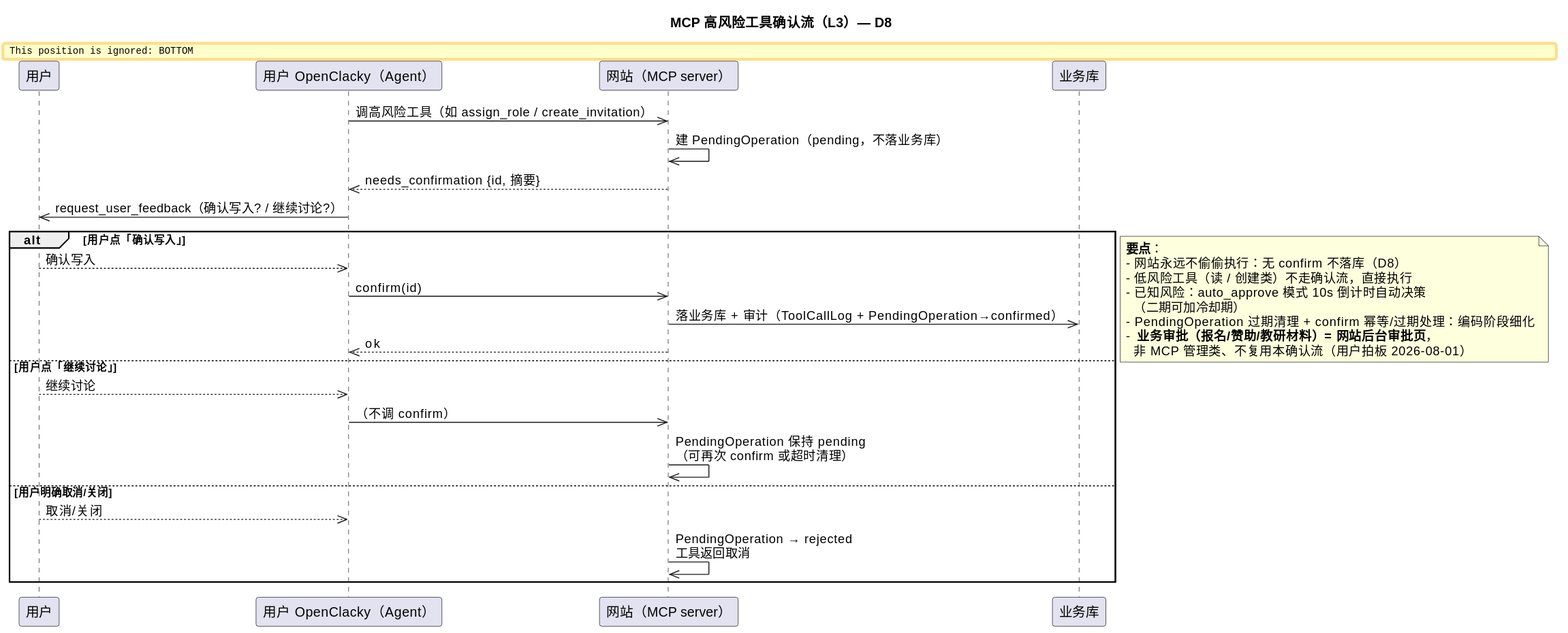
This is docs/diagrams/confirm-flow.svg from CodingGirlsClub/cgc_2046, a PlantUML export, as it was before one commit.
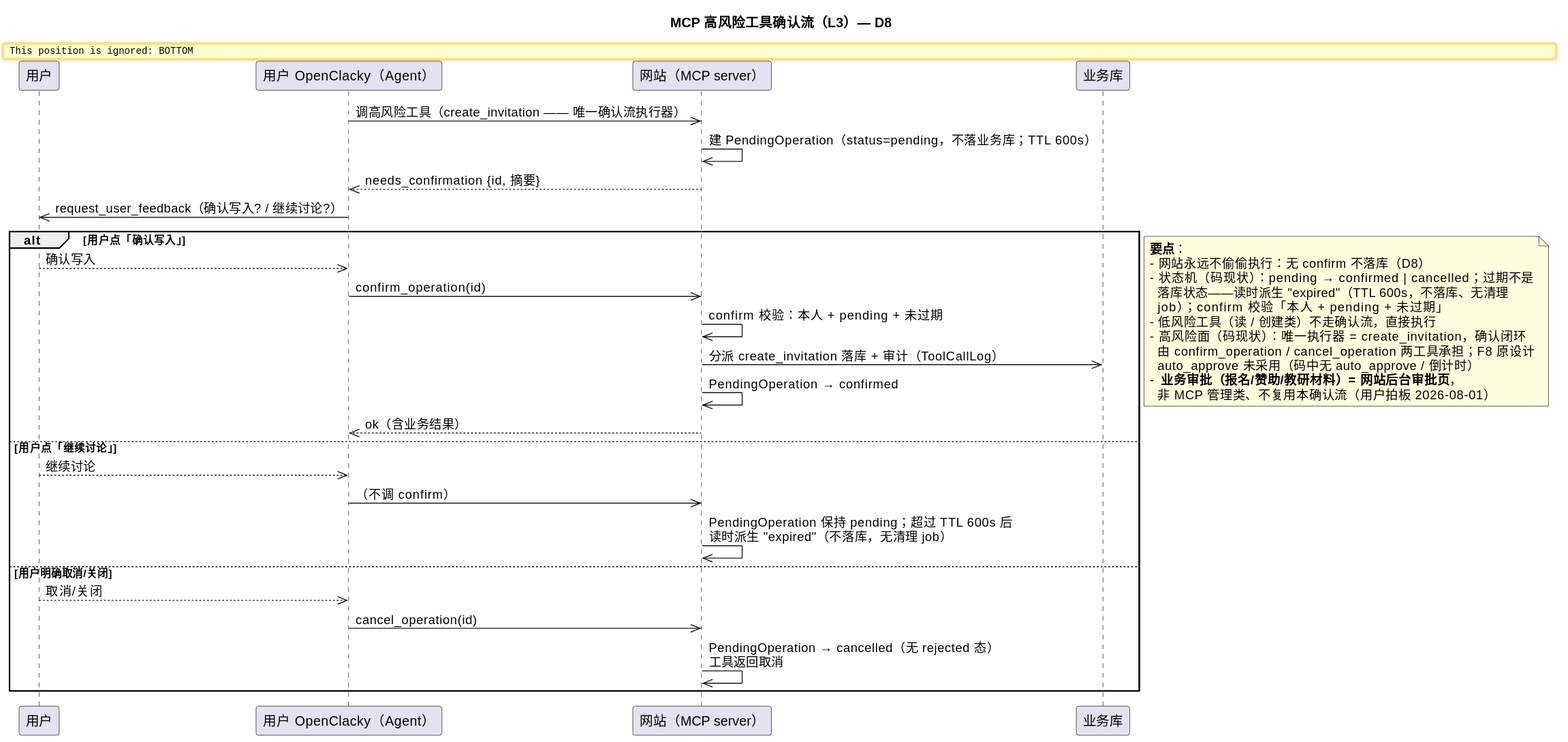
After the commit.

What changed in the source:
```diff
@@ -7,31 +7,37 @@
     participant "网站（MCP server）" as W
     participant "业务库" as DB
 
-    A->>W: 调高风险工具（如 assign_role / create_invitation）
-    W->>W: 建 PendingOperation（pending，不落业务库）
+    A->>W: 调高风险工具（create_invitation —— 唯一确认流执行器）
+    W->>W: 建 PendingOperation（status=pending，不落业务库；TTL 600s）
     W-->>A: needs_confirmation {id, 摘要}
     A->>U: request_user_feedback（确认写入? / 继续讨论?）
     alt 用户点「确认写入」
         U-->>A: 确认写入
-        A->>W: confirm(id)
-        W->>DB: 落业务库 + 审计（ToolCallLog + PendingOperation→confirmed）
-        W-->>A: ok
+        A->>W: confirm_operation(id)
+        W->>W: confirm 校验：本人 + pending + 未过期
+        W->>DB: 分派 create_invitation 落库 + 审计（ToolCallLog）
+        W->>W: PendingOperation → confirmed
+        W-->>A: ok（含业务结果）
     else 用户点「继续讨论」
         U-->>A: 继续讨论
         A->>W: （不调 confirm）
-        W->>W: PendingOperation 保持 pending\n（可再次 confirm 或超时清理）
+        W->>W: PendingOperation 保持 pending；超过 TTL 600s 后\n读时派生 "expired"（不落库，无清理 job）
     else 用户明确取消/关闭
         U-->>A: 取消/关闭
-        W->>W: PendingOperation → rejected\n工具返回取消
+        A->>W: cancel_operation(id)
+        W->>W: PendingOperation → cancelled（无 rejected 态）\n工具返回取消
     end
 
 note bottom
   **要点**：
   - 网站永远不偷偷执行：无 confirm 不落库（D8）
+  - 状态机（码现状）：pending → confirmed | cancelled；过期不是
+    落库状态——读时派生 "expired"（TTL 600s，不落库、无清理
+    job）；confirm 校验「本人 + pending + 未过期」
   - 低风险工具（读 / 创建类）不走确认流，直接执行
-  - 已知风险：auto_approve 模式 10s 倒计时自动决策
-    （二期可加冷却期）
-  - PendingOperation 过期清理 + confirm 幂等/过期处理：编码阶段细化
+  - 高风险面（码现状）：唯一执行器 = create_invitation，确认闭环
+    由 confirm_operation / cancel_operation 两工具承担；F8 原设计
+    auto_approve 未采用（码中无 auto_approve / 倒计时）
   - **业务审批（报名/赞助/教研材料）= 网站后台审批页**，
     非 MCP 管理类、不复用本确认流（用户拍板 2026-08-01）
 end note
```
